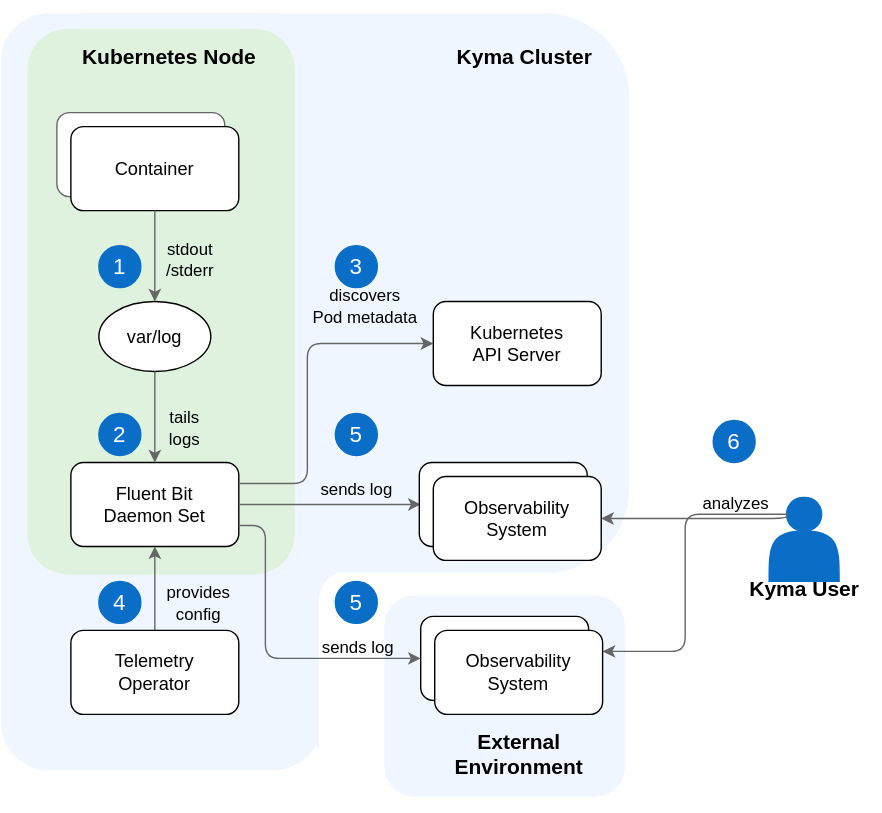
kyma-project/telemetry-manager keeps this draw.io diagram as docs/user/assets/logging-arch.drawio.svg. Above is the earlier version. Source tidied: cells renumbered, new cells last; positions are measured from the earlier drawing's top-left corner, leaving out a move shared by most shapes.
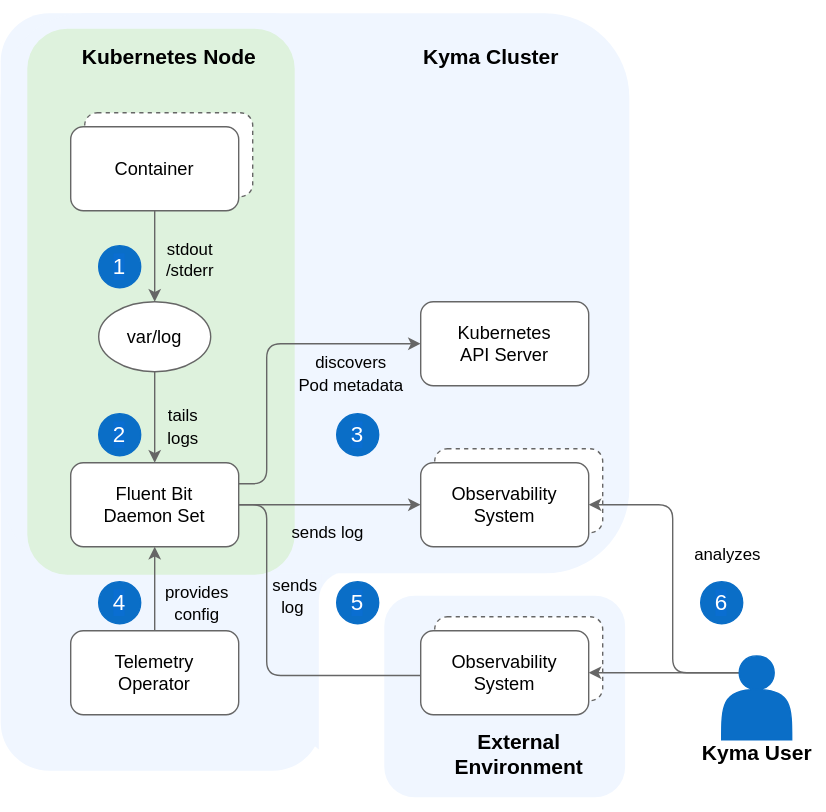
The same diagram one commit later.

Commit message:
adjust logging arch diagram

Change to the diagram source:
```diff
@@ -3,7 +3,7 @@
     <mxCell id="0" />
     <mxCell id="1" parent="0" />
     <mxCell id="2" style="rounded=0;whiteSpace=wrap;html=1;strokeColor=none;fillColor=#FFFFFF;" parent="1" vertex="1">
-      <mxGeometry width="629" height="580" as="geometry" />
+      <mxGeometry width="590" height="580" as="geometry" />
     </mxCell>
     <mxCell id="3" style="rounded=1;whiteSpace=wrap;html=1;strokeColor=none;fillColor=#F0F6FF;" parent="1" vertex="1">
       <mxGeometry x="219" y="402.5" width="118.7" height="135" as="geometry" />
@@ -20,13 +20,13 @@
     <mxCell id="7" style="rounded=1;whiteSpace=wrap;html=1;strokeColor=none;fillColor=#DEF2DD;" parent="1" vertex="1">
       <mxGeometry x="19" y="20" width="191" height="390" as="geometry" />
     </mxCell>
-    <mxCell id="8" style="rounded=1;whiteSpace=wrap;html=1;fillColor=#ffffff;gradientColor=none;strokeColor=#666666;" parent="1" vertex="1">
-      <mxGeometry x="40" y="80" width="120" height="60" as="geometry" />
+    <mxCell id="8" style="rounded=1;whiteSpace=wrap;html=1;fillColor=#ffffff;gradientColor=none;strokeColor=#666666;dashed=1;" parent="1" vertex="1">
+      <mxGeometry x="60" y="80" width="120" height="60" as="geometry" />
     </mxCell>
-    <mxCell id="9" value="Container" style="rounded=1;whiteSpace=wrap;html=1;fontSize=13;" parent="1" vertex="1">
+    <mxCell id="9" value="Container" style="rounded=1;whiteSpace=wrap;html=1;fontSize=13;strokeColor=#666666;" parent="1" vertex="1">
       <mxGeometry x="50" y="90" width="120" height="60" as="geometry" />
     </mxCell>
-    <mxCell id="10" value="var/log" style="ellipse;whiteSpace=wrap;html=1;fontSize=13;" parent="1" vertex="1">
+    <mxCell id="10" value="var/log" style="ellipse;whiteSpace=wrap;html=1;fontSize=13;strokeColor=#666666;" parent="1" vertex="1">
       <mxGeometry x="70" y="215" width="80" height="50" as="geometry" />
     </mxCell>
     <mxCell id="11" style="edgeStyle=orthogonalEdgeStyle;rounded=1;jettySize=auto;html=1;startArrow=none;startFill=0;endArrow=classic;endFill=1;strokeColor=#666666;exitX=0.5;exitY=1;exitDx=0;exitDy=0;entryX=0.5;entryY=0;entryDx=0;entryDy=0;" parent="1" edge="1" source="9" target="10">
@@ -35,7 +35,7 @@
     <mxCell id="12" value="stdout&lt;br&gt;/stderr" style="text;html=1;align=center;verticalAlign=middle;" parent="1" vertex="1">
       <mxGeometry x="110" y="170" width="50" height="30" as="geometry" />
     </mxCell>
-    <mxCell id="13" value="Fluent Bit&lt;br&gt;Daemon Set" style="rounded=1;whiteSpace=wrap;html=1;fontSize=13;" parent="1" vertex="1">
+    <mxCell id="13" value="Fluent Bit&lt;br&gt;Daemon Set" style="rounded=1;whiteSpace=wrap;html=1;fontSize=13;strokeColor=#666666;" parent="1" vertex="1">
       <mxGeometry x="50" y="330" width="120" height="60" as="geometry" />
     </mxCell>
     <mxCell id="14" value="&lt;font style=&quot;font-size: 16px&quot;&gt;1&lt;/font&gt;" style="ellipse;whiteSpace=wrap;html=1;labelBackgroundColor=#0A6ED1;fontColor=#FFFFFF;fillColor=#0A6EC7;strokeColor=#0A6EC7;" parent="1" vertex="1">
@@ -44,36 +44,28 @@
     <mxCell id="15" style="edgeStyle=orthogonalEdgeStyle;rounded=1;jettySize=auto;html=1;startArrow=none;startFill=0;endArrow=classic;endFill=1;exitX=1;exitY=0.25;exitDx=0;exitDy=0;strokeColor=#666666;entryX=0;entryY=0.5;entryDx=0;entryDy=0;" parent="1" edge="1" source="13" target="26">
       <mxGeometry relative="1" as="geometry">
         <Array as="points">
-          <mxPoint x="219" y="345" />
-          <mxPoint x="219" y="245" />
+          <mxPoint x="190" y="345" />
+          <mxPoint x="190" y="245" />
         </Array>
       </mxGeometry>
     </mxCell>
     <mxCell id="16" value="&lt;font style=&quot;font-size: 12px&quot;&gt;discovers&lt;br&gt;Pod metadata&lt;/font&gt;" style="text;html=1;align=center;verticalAlign=middle;labelBackgroundColor=none;fontSize=13;" parent="15" vertex="1">
       <mxGeometry x="-0.24" y="2" relative="1" as="geometry">
-        <mxPoint x="42" y="-86" as="offset" />
+        <mxPoint x="62" y="-12" as="offset" />
       </mxGeometry>
     </mxCell>
     <mxCell id="17" value="&lt;font style=&quot;font-size: 16px&quot;&gt;2&lt;/font&gt;" style="ellipse;whiteSpace=wrap;html=1;labelBackgroundColor=#0A6ED1;fontColor=#FFFFFF;fillColor=#0A6EC7;strokeColor=#0A6EC7;" parent="1" vertex="1">
       <mxGeometry x="70" y="295" width="30" height="30" as="geometry" />
     </mxCell>
     <mxCell id="18" value="&lt;font style=&quot;font-size: 16px&quot;&gt;5&lt;/font&gt;" style="ellipse;whiteSpace=wrap;html=1;labelBackgroundColor=#0A6ED1;fontColor=#FFFFFF;fillColor=#0A6EC7;strokeColor=#0A6EC7;" parent="1" vertex="1">
-      <mxGeometry x="239" y="295" width="30" height="30" as="geometry" />
+      <mxGeometry x="240" y="415" width="30" height="30" as="geometry" />
     </mxCell>
     <mxCell id="19" value="sends log&amp;nbsp;" style="text;html=1;align=center;verticalAlign=middle;strokeColor=none;" parent="1" vertex="1">
-      <mxGeometry x="219" y="340" width="70" height="20" as="geometry" />
+      <mxGeometry x="200" y="370" width="70" height="20" as="geometry" />
     </mxCell>
     <mxCell id="20" value="&lt;font style=&quot;font-size: 15px&quot;&gt;&lt;b&gt;Kubernetes Node&lt;/b&gt;&lt;/font&gt;" style="text;html=1;align=center;verticalAlign=middle;" parent="1" vertex="1">
       <mxGeometry x="50" y="30" width="140" height="20" as="geometry" />
     </mxCell>
-    <mxCell id="21" style="edgeStyle=orthogonalEdgeStyle;rounded=1;jettySize=auto;html=1;startArrow=none;startFill=0;endArrow=classic;endFill=1;strokeColor=#666666;exitX=1;exitY=0.5;exitDx=0;exitDy=0;entryX=0;entryY=0.5;entryDx=0;entryDy=0;" parent="1" edge="1" source="13">
-      <mxGeometry relative="1" as="geometry">
-        <mxPoint x="300" y="360" as="targetPoint" />
-        <Array as="points">
-          <mxPoint x="300" y="360" />
-        </Array>
-      </mxGeometry>
-    </mxCell>
     <mxCell id="22" style="edgeStyle=orthogonalEdgeStyle;rounded=1;jettySize=auto;html=1;startArrow=none;startFill=0;endArrow=classic;endFill=1;exitX=0.5;exitY=0;exitDx=0;exitDy=0;strokeColor=#666666;entryX=0.5;entryY=1;entryDx=0;entryDy=0;" parent="1" edge="1" source="30" target="13">
       <mxGeometry relative="1" as="geometry" />
     </mxCell>
@@ -90,84 +82,88 @@
         <mxPoint x="18" y="14" as="offset" />
       </mxGeometry>
     </mxCell>
-    <mxCell id="26" value="Kubernetes&lt;br&gt;API Server" style="rounded=1;whiteSpace=wrap;html=1;fontSize=13;" parent="1" vertex="1">
-      <mxGeometry x="309" y="215" width="120" height="60" as="geometry" />
+    <mxCell id="26" value="Kubernetes&lt;br&gt;API Server" style="rounded=1;whiteSpace=wrap;html=1;fontSize=13;strokeColor=#666666;" parent="1" vertex="1">
+      <mxGeometry x="300" y="215" width="120" height="60" as="geometry" />
     </mxCell>
     <mxCell id="27" value="&lt;font style=&quot;font-size: 16px&quot;&gt;3&lt;/font&gt;" style="ellipse;whiteSpace=wrap;html=1;labelBackgroundColor=#0A6ED1;fontColor=#FFFFFF;fillColor=#0A6EC7;strokeColor=#0A6EC7;" parent="1" vertex="1">
-      <mxGeometry x="239" y="175" width="30" height="30" as="geometry" />
+      <mxGeometry x="240" y="295" width="30" height="30" as="geometry" />
     </mxCell>
-    <mxCell id="28" style="shape=actor;whiteSpace=wrap;html=1;fillColor=#0A6EC7;strokeColor=#0A6EC7;" parent="1" vertex="1">
-      <mxGeometry x="549" y="355" width="50" height="60" as="geometry" />
-    </mxCell>
-    <mxCell id="29" value="&lt;font style=&quot;font-size: 15px&quot;&gt;&lt;b&gt;Kyma User&lt;/b&gt;&lt;/font&gt;" style="text;html=1;align=center;verticalAlign=middle;fontSize=15;" parent="1" vertex="1">
-      <mxGeometry x="529" y="410" width="90" height="20" as="geometry" />
-    </mxCell>
-    <mxCell id="30" value="Telemetry&lt;br&gt;Operator" style="rounded=1;whiteSpace=wrap;html=1;fontSize=13;" parent="1" vertex="1">
+    <mxCell id="30" value="Telemetry&lt;br&gt;Operator" style="rounded=1;whiteSpace=wrap;html=1;fontSize=13;strokeColor=#666666;" parent="1" vertex="1">
       <mxGeometry x="50" y="450" width="120" height="60" as="geometry" />
     </mxCell>
     <mxCell id="31" value="&lt;font style=&quot;font-size: 16px&quot;&gt;4&lt;/font&gt;" style="ellipse;whiteSpace=wrap;html=1;labelBackgroundColor=#0A6ED1;fontColor=#FFFFFF;fillColor=#0A6EC7;strokeColor=#0A6EC7;" parent="1" vertex="1">
       <mxGeometry x="70" y="415" width="30" height="30" as="geometry" />
     </mxCell>
-    <mxCell id="32" value="&lt;font style=&quot;font-size: 16px&quot;&gt;5&lt;/font&gt;" style="ellipse;whiteSpace=wrap;html=1;labelBackgroundColor=#0A6ED1;fontColor=#FFFFFF;fillColor=#0A6EC7;strokeColor=#0A6EC7;" parent="1" vertex="1">
-      <mxGeometry x="239" y="415" width="30" height="30" as="geometry" />
-    </mxCell>
     <mxCell id="33" style="rounded=1;whiteSpace=wrap;html=1;strokeColor=none;fillColor=#F0F6FF;" parent="1" vertex="1">
       <mxGeometry x="274" y="425" width="172" height="144" as="geometry" />
     </mxCell>
-    <mxCell id="34" value="Observability&lt;br&gt;System" style="rounded=1;whiteSpace=wrap;html=1;fontSize=13;" parent="1" vertex="1">
-      <mxGeometry x="300" y="440" width="120" height="60" as="geometry" />
+    <mxCell id="34" value="Observability&lt;br&gt;System" style="rounded=1;whiteSpace=wrap;html=1;fontSize=13;strokeColor=#666666;dashed=1;" parent="1" vertex="1">
+      <mxGeometry x="310" y="440" width="120" height="60" as="geometry" />
     </mxCell>
-    <mxCell id="35" style="edgeStyle=orthogonalEdgeStyle;rounded=1;jettySize=auto;html=1;strokeColor=#666666;entryX=1;entryY=0.25;entryDx=0;entryDy=0;exitX=0.25;exitY=0.2;exitDx=0;exitDy=0;exitPerimeter=0;" parent="1" edge="1" source="28" target="43">
-      <mxGeometry relative="1" as="geometry">
-        <Array as="points">
-          <mxPoint x="489" y="367" />
-          <mxPoint x="489" y="465" />
-        </Array>
-      </mxGeometry>
+    <mxCell id="35" style="edgeStyle=orthogonalEdgeStyle;rounded=1;jettySize=auto;html=1;strokeColor=#666666;entryX=1;entryY=0.5;entryDx=0;entryDy=0;exitX=0.25;exitY=0.2;exitDx=0;exitDy=0;exitPerimeter=0;" parent="1" edge="1" source="28" target="43">
+      <mxGeometry relative="1" as="geometry" />
     </mxCell>
     <mxCell id="36" value="&lt;font style=&quot;font-size: 15px&quot;&gt;&lt;b&gt;Kyma Cluster&lt;/b&gt;&lt;/font&gt;" style="text;html=1;align=center;verticalAlign=middle;" parent="1" vertex="1">
-      <mxGeometry x="319" y="30" width="110" height="20" as="geometry" />
+      <mxGeometry x="295" y="30" width="110" height="20" as="geometry" />
     </mxCell>
     <mxCell id="37" value="&lt;font style=&quot;font-size: 15px&quot;&gt;&lt;b&gt;External&lt;br&gt;Environment&lt;/b&gt;&lt;/font&gt;" style="text;html=1;align=center;verticalAlign=middle;" parent="1" vertex="1">
       <mxGeometry x="315" y="517.5" width="110" height="40" as="geometry" />
     </mxCell>
     <mxCell id="38" value="&lt;font style=&quot;font-size: 16px&quot;&gt;6&lt;/font&gt;" style="ellipse;whiteSpace=wrap;html=1;labelBackgroundColor=#0A6ED1;fontColor=#FFFFFF;fillColor=#0A6EC7;strokeColor=#0A6EC7;" parent="1" vertex="1">
-      <mxGeometry x="509" y="300" width="30" height="30" as="geometry" />
+      <mxGeometry x="500" y="415" width="30" height="30" as="geometry" />
     </mxCell>
-    <mxCell id="39" style="edgeStyle=orthogonalEdgeStyle;rounded=1;jettySize=auto;html=1;startArrow=none;startFill=0;endArrow=classic;endFill=1;exitX=1;exitY=0.75;exitDx=0;exitDy=0;strokeColor=#666666;entryX=0;entryY=0.5;entryDx=0;entryDy=0;" parent="1" edge="1" target="34">
+    <mxCell id="39" style="edgeStyle=orthogonalEdgeStyle;rounded=1;jettySize=auto;html=1;startArrow=none;startFill=0;endArrow=classic;endFill=1;exitX=1;exitY=0.5;exitDx=0;exitDy=0;strokeColor=#666666;entryX=0.001;entryY=0.529;entryDx=0;entryDy=0;entryPerimeter=0;" parent="1" edge="1" source="13" target="43">
       <mxGeometry relative="1" as="geometry">
-        <mxPoint x="170" y="375" as="sourcePoint" />
         <Array as="points">
-          <mxPoint x="189" y="375" />
-          <mxPoint x="189" y="470" />
+          <mxPoint x="190" y="360" />
+          <mxPoint x="190" y="482" />
+          <mxPoint x="310" y="482" />
         </Array>
       </mxGeometry>
     </mxCell>
-    <mxCell id="40" value="&lt;span style=&quot;font-size: 12px&quot;&gt;sends log&lt;/span&gt;&lt;span style=&quot;font-size: 12px&quot;&gt;&amp;nbsp;&lt;/span&gt;" style="text;html=1;align=center;verticalAlign=middle;labelBackgroundColor=none;fontSize=13;" parent="39" vertex="1">
+    <mxCell id="40" value="&lt;span style=&quot;font-size: 12px&quot;&gt;sends&lt;br&gt;log&lt;/span&gt;&lt;span style=&quot;font-size: 12px&quot;&gt;&amp;nbsp;&lt;/span&gt;" style="text;html=1;align=center;verticalAlign=middle;labelBackgroundColor=none;fontSize=13;" parent="39" vertex="1">
       <mxGeometry x="-0.24" y="2" relative="1" as="geometry">
-        <mxPoint x="63" y="19" as="offset" />
+        <mxPoint x="18" y="-19" as="offset" />
       </mxGeometry>
     </mxCell>
-    <mxCell id="41" style="edgeStyle=orthogonalEdgeStyle;rounded=1;jettySize=auto;html=1;startArrow=none;startFill=0;endArrow=classic;endFill=1;exitX=0.25;exitY=0.2;exitDx=0;exitDy=0;strokeColor=#666666;entryX=1;entryY=0.5;entryDx=0;entryDy=0;exitPerimeter=0;" parent="1" edge="1" source="28" target="45">
-      <mxGeometry relative="1" as="geometry">
-        <Array as="points">
-          <mxPoint x="562" y="370" />
-        </Array>
-      </mxGeometry>
-    </mxCell>
-    <mxCell id="42" value="&lt;span style=&quot;font-size: 12px;&quot;&gt;analyzes&lt;/span&gt;" style="text;html=1;align=center;verticalAlign=middle;labelBackgroundColor=none;fontSize=13;" parent="41" vertex="1">
-      <mxGeometry x="-0.24" y="2" relative="1" as="geometry">
-        <mxPoint x="12" y="-14" as="offset" />
-      </mxGeometry>
-    </mxCell>
-    <mxCell id="43" value="Observability&lt;br&gt;System" style="rounded=1;whiteSpace=wrap;html=1;fontSize=13;" parent="1" vertex="1">
-      <mxGeometry x="310" y="450" width="120" height="60" as="geometry" />
+    <mxCell id="43" value="Observability&lt;br&gt;System" style="rounded=1;whiteSpace=wrap;html=1;fontSize=13;strokeColor=#666666;" parent="1" vertex="1">
+      <mxGeometry x="300" y="450" width="120" height="60" as="geometry" />
     </mxCell>
-    <mxCell id="44" value="Observability&lt;br&gt;System" style="rounded=1;whiteSpace=wrap;html=1;fontSize=13;" parent="1" vertex="1">
-      <mxGeometry x="299" y="330" width="120" height="60" as="geometry" />
+    <mxCell id="44" value="Observability&lt;br&gt;System" style="rounded=1;whiteSpace=wrap;html=1;fontSize=13;strokeColor=#666666;dashed=1;" parent="1" vertex="1">
+      <mxGeometry x="310" y="320" width="120" height="60" as="geometry" />
     </mxCell>
-    <mxCell id="45" value="Observability&lt;br&gt;System" style="rounded=1;whiteSpace=wrap;html=1;fontSize=13;" parent="1" vertex="1">
-      <mxGeometry x="309" y="340" width="120" height="60" as="geometry" />
+    <mxCell id="45" value="Observability&lt;br&gt;System" style="rounded=1;whiteSpace=wrap;html=1;fontSize=13;strokeColor=#666666;" parent="1" vertex="1">
+      <mxGeometry x="300" y="330" width="120" height="60" as="geometry" />
     </mxCell>
+    <mxCell id="41" style="rounded=1;jettySize=auto;html=1;strokeColor=#666666;entryX=1;entryY=0.5;entryDx=0;entryDy=0;exitX=0.25;exitY=0.2;exitDx=0;exitDy=0;exitPerimeter=0;edgeStyle=orthogonalEdgeStyle;" parent="1" edge="1" source="28" target="45">
+      <mxGeometry relative="1" as="geometry">
+        <Array as="points">
+          <mxPoint x="480" y="480" />
+          <mxPoint x="480" y="360" />
+        </Array>
+      </mxGeometry>
+    </mxCell>
+    <mxCell id="42" value="analyzes" style="edgeLabel;html=1;align=center;verticalAlign=middle;fontSize=12;" parent="41" vertex="1">
+      <mxGeometry x="0.09" y="-1" relative="1" as="geometry">
+        <mxPoint x="38" y="-8" as="offset" />
+      </mxGeometry>
+    </mxCell>
+    <mxCell id="46" style="group;" parent="1" vertex="1">
+      <mxGeometry x="495" y="468" width="90" height="79" as="geometry" />
+    </mxCell>
+    <mxCell id="28" style="shape=actor;whiteSpace=wrap;html=1;fillColor=#0A6EC7;strokeColor=#0A6EC7;" parent="46" vertex="1">
+      <mxGeometry x="20" width="50" height="60" as="geometry" />
+    </mxCell>
+    <mxCell id="29" value="&lt;font style=&quot;font-size: 15px&quot;&gt;&lt;b&gt;Kyma User&lt;/b&gt;&lt;/font&gt;" style="text;html=1;align=center;verticalAlign=middle;fontSize=15;" parent="46" vertex="1">
+      <mxGeometry y="59" width="90" height="20" as="geometry" />
+    </mxCell>
+    <mxCell id="21" style="edgeStyle=orthogonalEdgeStyle;rounded=1;jettySize=auto;html=1;startArrow=none;startFill=0;endArrow=classic;endFill=1;strokeColor=#666666;exitX=1;exitY=0.5;exitDx=0;exitDy=0;entryX=0;entryY=0.5;entryDx=0;entryDy=0;" parent="1" edge="1" source="13" target="45">
+      <mxGeometry relative="1" as="geometry">
+        <Array as="points">
+          <mxPoint x="190" y="360" />
+          <mxPoint x="190" y="360" />
+        </Array>
+      </mxGeometry>
+    </mxCell>
   </root>
 </mxGraphModel>
```
